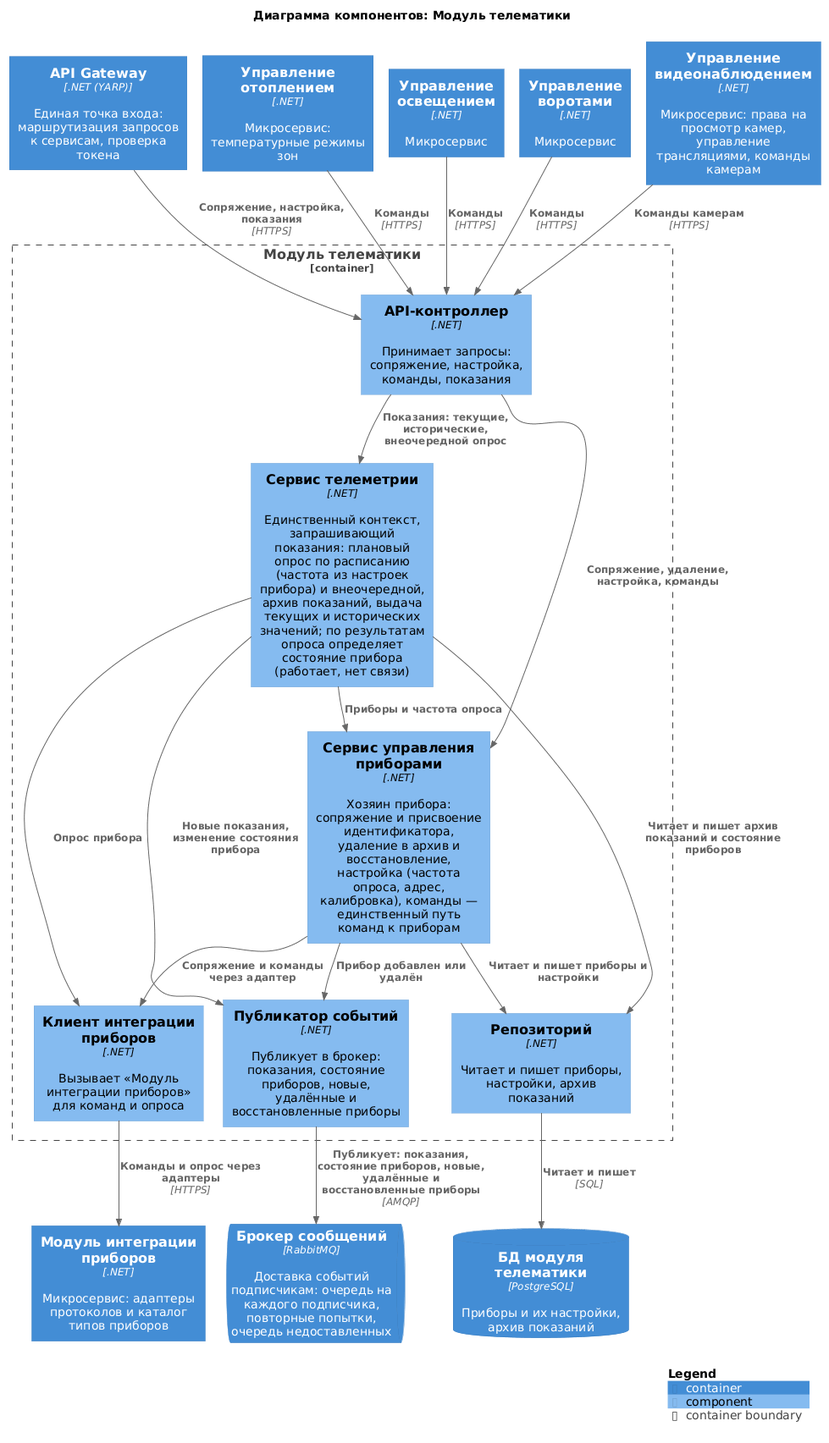
The PlantUML diagram diagrams/components/telematics.png in Lyamin-av/architecture-warmhouse, before a commit.
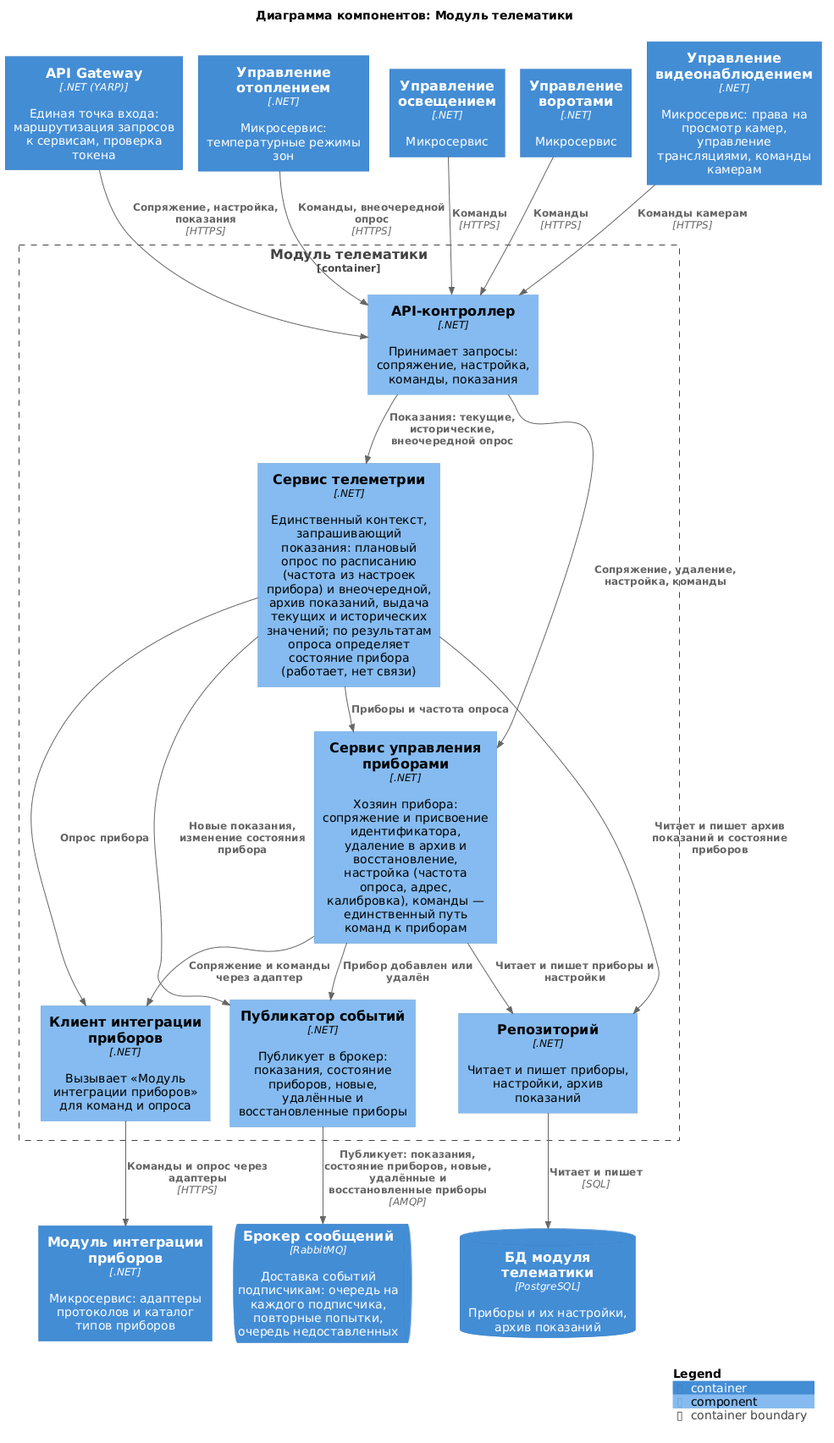
After the change.

Commit message:
Отопление: при смене цели внеочередной опрос текущей температуры

Change to the diagram source:
```diff
@@ -22,7 +22,7 @@
 }
 
 Rel(Gateway, api, "Сопряжение, настройка, показания", "HTTPS")
-Rel(Heating, api, "Команды", "HTTPS")
+Rel(Heating, api, "Команды, внеочередной опрос", "HTTPS")
 Rel(Lighting, api, "Команды", "HTTPS")
 Rel(GateControl, api, "Команды", "HTTPS")
 Rel(VideoControl, api, "Команды камерам", "HTTPS")
```
